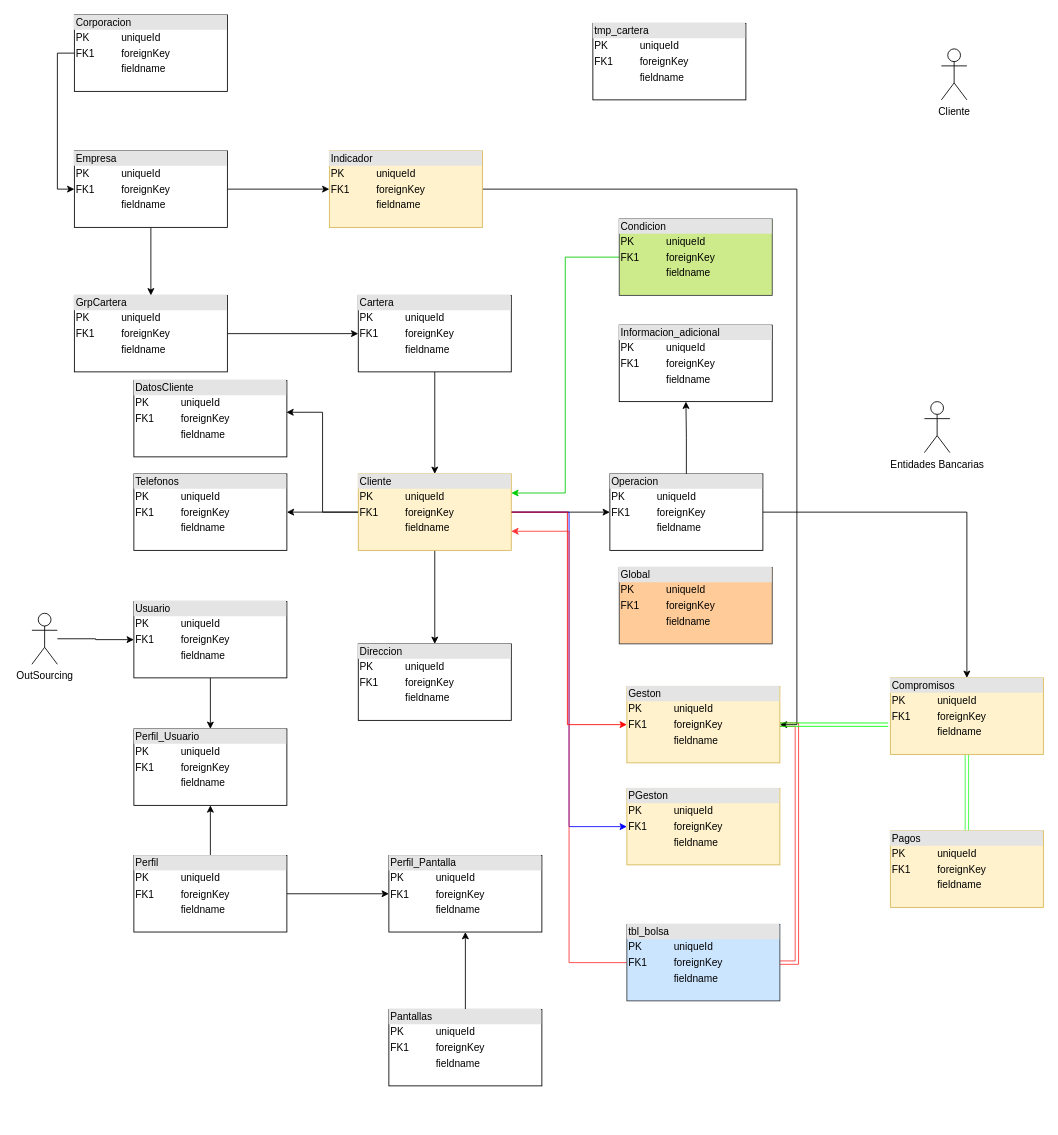
Above: page "Página-1" (1 of 3) of documentacion/Diagrama.drawio in grupoupc/crm_renovations (draw.io), before the change. Source tidied: cells renumbered, new cells numbered last; positions are measured from the earlier drawing's top-left corner, leaving out a move shared by most shapes. Both pictures are drawn from the tidied source at 85%, with x=0, y=0 at pixel (31, 14).
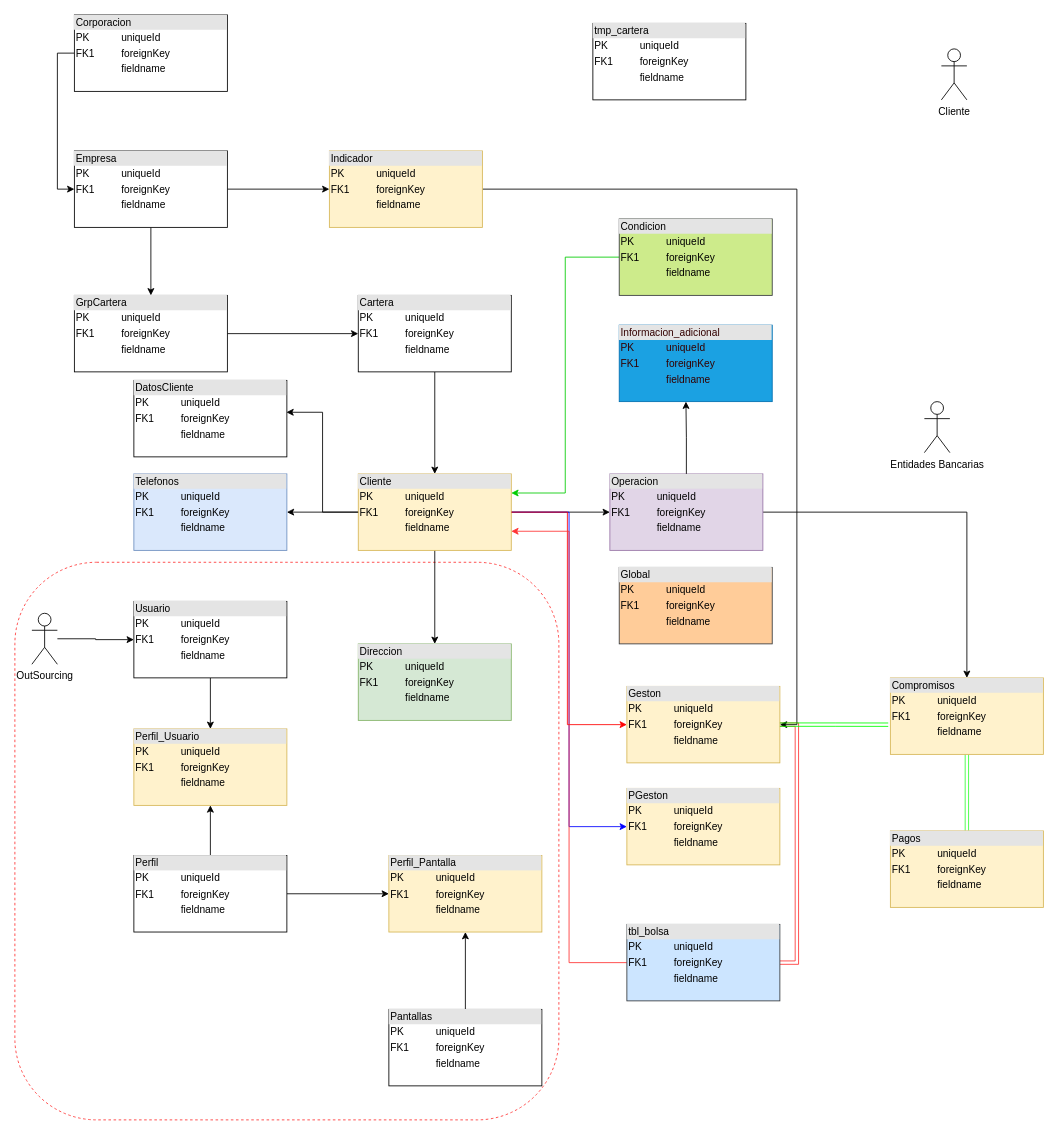
After the change.

Change to the diagram source:
```diff
@@
+    <mxCell id="53" style="rounded=1;whiteSpace=wrap;html=1;dashed=1;strokeColor=#FF3333;" parent="1" vertex="1">
+      <mxGeometry x="-20" y="644" width="640" height="656" as="geometry" />
+    </mxCell>
@@
-    <mxCell id="17" value="&lt;div style=&quot;box-sizing: border-box; width: 100%; background: rgb(228, 228, 228); padding: 2px;&quot;&gt;Operacion&lt;/div&gt;&lt;table style=&quot;width:100%;font-size:1em;&quot; cellpadding=&quot;2&quot; cellspacing=&quot;0&quot;&gt;&lt;tbody&gt;&lt;tr&gt;&lt;td&gt;PK&lt;/td&gt;&lt;td&gt;uniqueId&lt;/td&gt;&lt;/tr&gt;&lt;tr&gt;&lt;td&gt;FK1&lt;/td&gt;&lt;td&gt;foreignKey&lt;/td&gt;&lt;/tr&gt;&lt;tr&gt;&lt;td&gt;&lt;/td&gt;&lt;td&gt;fieldname&lt;/td&gt;&lt;/tr&gt;&lt;/tbody&gt;&lt;/table&gt;" style="verticalAlign=top;align=left;overflow=fill;html=1;whiteSpace=wrap;" parent="1" vertex="1">
+    <mxCell id="17" value="&lt;div style=&quot;box-sizing: border-box; width: 100%; background: rgb(228, 228, 228); padding: 2px;&quot;&gt;Operacion&lt;/div&gt;&lt;table style=&quot;width:100%;font-size:1em;&quot; cellpadding=&quot;2&quot; cellspacing=&quot;0&quot;&gt;&lt;tbody&gt;&lt;tr&gt;&lt;td&gt;PK&lt;/td&gt;&lt;td&gt;uniqueId&lt;/td&gt;&lt;/tr&gt;&lt;tr&gt;&lt;td&gt;FK1&lt;/td&gt;&lt;td&gt;foreignKey&lt;/td&gt;&lt;/tr&gt;&lt;tr&gt;&lt;td&gt;&lt;/td&gt;&lt;td&gt;fieldname&lt;/td&gt;&lt;/tr&gt;&lt;/tbody&gt;&lt;/table&gt;" style="verticalAlign=top;align=left;overflow=fill;html=1;whiteSpace=wrap;fillColor=#e1d5e7;strokeColor=#9673a6;" parent="1" vertex="1">
       <mxGeometry x="680" y="540" width="180" height="90" as="geometry" />
     </mxCell>
-    <mxCell id="18" value="&lt;div style=&quot;box-sizing: border-box; width: 100%; background: rgb(228, 228, 228); padding: 2px;&quot;&gt;Telefonos&lt;/div&gt;&lt;table style=&quot;width:100%;font-size:1em;&quot; cellpadding=&quot;2&quot; cellspacing=&quot;0&quot;&gt;&lt;tbody&gt;&lt;tr&gt;&lt;td&gt;PK&lt;/td&gt;&lt;td&gt;uniqueId&lt;/td&gt;&lt;/tr&gt;&lt;tr&gt;&lt;td&gt;FK1&lt;/td&gt;&lt;td&gt;foreignKey&lt;/td&gt;&lt;/tr&gt;&lt;tr&gt;&lt;td&gt;&lt;/td&gt;&lt;td&gt;fieldname&lt;/td&gt;&lt;/tr&gt;&lt;/tbody&gt;&lt;/table&gt;" style="verticalAlign=top;align=left;overflow=fill;html=1;whiteSpace=wrap;" parent="1" vertex="1">
+    <mxCell id="18" value="&lt;div style=&quot;box-sizing: border-box; width: 100%; background: rgb(228, 228, 228); padding: 2px;&quot;&gt;Telefonos&lt;/div&gt;&lt;table style=&quot;width:100%;font-size:1em;&quot; cellpadding=&quot;2&quot; cellspacing=&quot;0&quot;&gt;&lt;tbody&gt;&lt;tr&gt;&lt;td&gt;PK&lt;/td&gt;&lt;td&gt;uniqueId&lt;/td&gt;&lt;/tr&gt;&lt;tr&gt;&lt;td&gt;FK1&lt;/td&gt;&lt;td&gt;foreignKey&lt;/td&gt;&lt;/tr&gt;&lt;tr&gt;&lt;td&gt;&lt;/td&gt;&lt;td&gt;fieldname&lt;/td&gt;&lt;/tr&gt;&lt;/tbody&gt;&lt;/table&gt;" style="verticalAlign=top;align=left;overflow=fill;html=1;whiteSpace=wrap;fillColor=#dae8fc;strokeColor=#6c8ebf;" parent="1" vertex="1">
       <mxGeometry x="120" y="540" width="180" height="90" as="geometry" />
     </mxCell>
-    <mxCell id="19" value="&lt;div style=&quot;box-sizing: border-box; width: 100%; background: rgb(228, 228, 228); padding: 2px;&quot;&gt;Direccion&lt;/div&gt;&lt;table style=&quot;width:100%;font-size:1em;&quot; cellpadding=&quot;2&quot; cellspacing=&quot;0&quot;&gt;&lt;tbody&gt;&lt;tr&gt;&lt;td&gt;PK&lt;/td&gt;&lt;td&gt;uniqueId&lt;/td&gt;&lt;/tr&gt;&lt;tr&gt;&lt;td&gt;FK1&lt;/td&gt;&lt;td&gt;foreignKey&lt;/td&gt;&lt;/tr&gt;&lt;tr&gt;&lt;td&gt;&lt;/td&gt;&lt;td&gt;fieldname&lt;/td&gt;&lt;/tr&gt;&lt;/tbody&gt;&lt;/table&gt;" style="verticalAlign=top;align=left;overflow=fill;html=1;whiteSpace=wrap;" parent="1" vertex="1">
+    <mxCell id="19" value="&lt;div style=&quot;box-sizing: border-box; width: 100%; background: rgb(228, 228, 228); padding: 2px;&quot;&gt;Direccion&lt;/div&gt;&lt;table style=&quot;width:100%;font-size:1em;&quot; cellpadding=&quot;2&quot; cellspacing=&quot;0&quot;&gt;&lt;tbody&gt;&lt;tr&gt;&lt;td&gt;PK&lt;/td&gt;&lt;td&gt;uniqueId&lt;/td&gt;&lt;/tr&gt;&lt;tr&gt;&lt;td&gt;FK1&lt;/td&gt;&lt;td&gt;foreignKey&lt;/td&gt;&lt;/tr&gt;&lt;tr&gt;&lt;td&gt;&lt;/td&gt;&lt;td&gt;fieldname&lt;/td&gt;&lt;/tr&gt;&lt;/tbody&gt;&lt;/table&gt;" style="verticalAlign=top;align=left;overflow=fill;html=1;whiteSpace=wrap;fillColor=#d5e8d4;strokeColor=#82b366;" parent="1" vertex="1">
       <mxGeometry x="384" y="740" width="180" height="90" as="geometry" />
     </mxCell>
-    <mxCell id="20" value="&lt;div style=&quot;box-sizing: border-box; width: 100%; background: rgb(228, 228, 228); padding: 2px;&quot;&gt;Informacion_adicional&lt;/div&gt;&lt;table style=&quot;width:100%;font-size:1em;&quot; cellpadding=&quot;2&quot; cellspacing=&quot;0&quot;&gt;&lt;tbody&gt;&lt;tr&gt;&lt;td&gt;PK&lt;/td&gt;&lt;td&gt;uniqueId&lt;/td&gt;&lt;/tr&gt;&lt;tr&gt;&lt;td&gt;FK1&lt;/td&gt;&lt;td&gt;foreignKey&lt;/td&gt;&lt;/tr&gt;&lt;tr&gt;&lt;td&gt;&lt;/td&gt;&lt;td&gt;fieldname&lt;/td&gt;&lt;/tr&gt;&lt;/tbody&gt;&lt;/table&gt;" style="verticalAlign=top;align=left;overflow=fill;html=1;whiteSpace=wrap;" parent="1" vertex="1">
+    <mxCell id="20" value="&lt;div style=&quot;box-sizing: border-box; width: 100%; background: rgb(228, 228, 228); padding: 2px;&quot;&gt;Informacion_adicional&lt;/div&gt;&lt;table cellspacing=&quot;0&quot; cellpadding=&quot;2&quot; style=&quot;width:100%;font-size:1em;&quot;&gt;&lt;tbody&gt;&lt;tr&gt;&lt;td&gt;PK&lt;/td&gt;&lt;td&gt;uniqueId&lt;/td&gt;&lt;/tr&gt;&lt;tr&gt;&lt;td&gt;FK1&lt;/td&gt;&lt;td&gt;foreignKey&lt;/td&gt;&lt;/tr&gt;&lt;tr&gt;&lt;td&gt;&lt;/td&gt;&lt;td&gt;fieldname&lt;/td&gt;&lt;/tr&gt;&lt;/tbody&gt;&lt;/table&gt;" style="verticalAlign=top;align=left;overflow=fill;html=1;whiteSpace=wrap;fillColor=#1ba1e2;fontColor=#330000;strokeColor=#006EAF;" parent="1" vertex="1">
       <mxGeometry x="691" y="365" width="180" height="90" as="geometry" />
     </mxCell>
@@
-    <mxCell id="33" value="&lt;div style=&quot;box-sizing: border-box; width: 100%; background: rgb(228, 228, 228); padding: 2px;&quot;&gt;Perfil_Usuario&lt;/div&gt;&lt;table style=&quot;width:100%;font-size:1em;&quot; cellpadding=&quot;2&quot; cellspacing=&quot;0&quot;&gt;&lt;tbody&gt;&lt;tr&gt;&lt;td&gt;PK&lt;/td&gt;&lt;td&gt;uniqueId&lt;/td&gt;&lt;/tr&gt;&lt;tr&gt;&lt;td&gt;FK1&lt;/td&gt;&lt;td&gt;foreignKey&lt;/td&gt;&lt;/tr&gt;&lt;tr&gt;&lt;td&gt;&lt;/td&gt;&lt;td&gt;fieldname&lt;/td&gt;&lt;/tr&gt;&lt;/tbody&gt;&lt;/table&gt;" style="verticalAlign=top;align=left;overflow=fill;html=1;whiteSpace=wrap;" parent="1" vertex="1">
+    <mxCell id="33" value="&lt;div style=&quot;box-sizing: border-box; width: 100%; background: rgb(228, 228, 228); padding: 2px;&quot;&gt;Perfil_Usuario&lt;/div&gt;&lt;table style=&quot;width:100%;font-size:1em;&quot; cellpadding=&quot;2&quot; cellspacing=&quot;0&quot;&gt;&lt;tbody&gt;&lt;tr&gt;&lt;td&gt;PK&lt;/td&gt;&lt;td&gt;uniqueId&lt;/td&gt;&lt;/tr&gt;&lt;tr&gt;&lt;td&gt;FK1&lt;/td&gt;&lt;td&gt;foreignKey&lt;/td&gt;&lt;/tr&gt;&lt;tr&gt;&lt;td&gt;&lt;/td&gt;&lt;td&gt;fieldname&lt;/td&gt;&lt;/tr&gt;&lt;/tbody&gt;&lt;/table&gt;" style="verticalAlign=top;align=left;overflow=fill;html=1;whiteSpace=wrap;fillColor=#fff2cc;strokeColor=#d6b656;" parent="1" vertex="1">
       <mxGeometry x="120" y="840" width="180" height="90" as="geometry" />
     </mxCell>
@@
-    <mxCell id="36" value="&lt;div style=&quot;box-sizing: border-box; width: 100%; background: rgb(228, 228, 228); padding: 2px;&quot;&gt;Perfil_Pantalla&lt;/div&gt;&lt;table style=&quot;width:100%;font-size:1em;&quot; cellpadding=&quot;2&quot; cellspacing=&quot;0&quot;&gt;&lt;tbody&gt;&lt;tr&gt;&lt;td&gt;PK&lt;/td&gt;&lt;td&gt;uniqueId&lt;/td&gt;&lt;/tr&gt;&lt;tr&gt;&lt;td&gt;FK1&lt;/td&gt;&lt;td&gt;foreignKey&lt;/td&gt;&lt;/tr&gt;&lt;tr&gt;&lt;td&gt;&lt;/td&gt;&lt;td&gt;fieldname&lt;/td&gt;&lt;/tr&gt;&lt;/tbody&gt;&lt;/table&gt;" style="verticalAlign=top;align=left;overflow=fill;html=1;whiteSpace=wrap;" parent="1" vertex="1">
+    <mxCell id="36" value="&lt;div style=&quot;box-sizing: border-box; width: 100%; background: rgb(228, 228, 228); padding: 2px;&quot;&gt;Perfil_Pantalla&lt;/div&gt;&lt;table style=&quot;width:100%;font-size:1em;&quot; cellpadding=&quot;2&quot; cellspacing=&quot;0&quot;&gt;&lt;tbody&gt;&lt;tr&gt;&lt;td&gt;PK&lt;/td&gt;&lt;td&gt;uniqueId&lt;/td&gt;&lt;/tr&gt;&lt;tr&gt;&lt;td&gt;FK1&lt;/td&gt;&lt;td&gt;foreignKey&lt;/td&gt;&lt;/tr&gt;&lt;tr&gt;&lt;td&gt;&lt;/td&gt;&lt;td&gt;fieldname&lt;/td&gt;&lt;/tr&gt;&lt;/tbody&gt;&lt;/table&gt;" style="verticalAlign=top;align=left;overflow=fill;html=1;whiteSpace=wrap;fillColor=#fff2cc;strokeColor=#d6b656;" parent="1" vertex="1">
       <mxGeometry x="420" y="989" width="180" height="90" as="geometry" />
     </mxCell>
```
